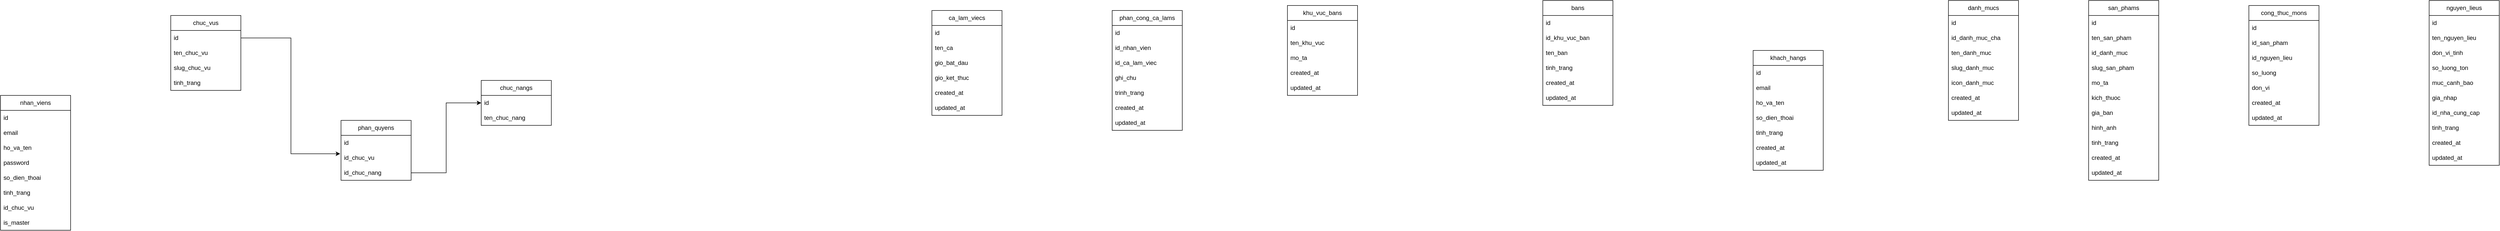
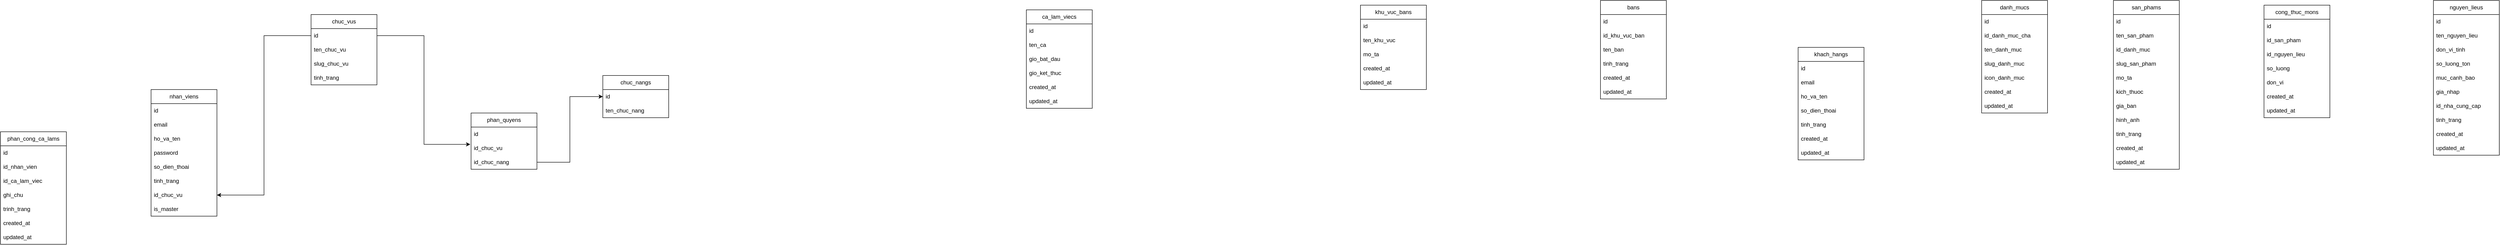
<mxfile host="app.diagrams.net">
  <diagram name="Page-1" id="78QUDde3ILmcNMK2hGyn">
-     <mxGraphModel dx="2336" dy="1906" grid="1" gridSize="10" guides="1" tooltips="1" connect="1" arrows="1" fold="1" page="1" pageScale="1" pageWidth="850" pageHeight="1100" math="0" shadow="0">
+     <mxGraphModel dx="3186" dy="1906" grid="1" gridSize="10" guides="1" tooltips="1" connect="1" arrows="1" fold="1" page="1" pageScale="1" pageWidth="850" pageHeight="1100" math="0" shadow="0">
      <root>
        <mxCell id="0" />
        <mxCell id="1" parent="0" />
        <mxCell id="1bbKcoBMxcC-bXyi0BTe-1" parent="1" style="swimlane;fontStyle=0;childLayout=stackLayout;horizontal=1;startSize=30;horizontalStack=0;resizeParent=1;resizeParentMax=0;resizeLast=0;collapsible=1;marginBottom=0;whiteSpace=wrap;html=1;" value="chuc_vus" vertex="1">
          <mxGeometry height="150" width="140" x="-280" y="-110" as="geometry" />
        </mxCell>
        <mxCell id="1bbKcoBMxcC-bXyi0BTe-2" parent="1bbKcoBMxcC-bXyi0BTe-1" style="text;strokeColor=none;fillColor=none;align=left;verticalAlign=middle;spacingLeft=4;spacingRight=4;overflow=hidden;points=[[0,0.5],[1,0.5]];portConstraint=eastwest;rotatable=0;whiteSpace=wrap;html=1;" value="id" vertex="1">
          <mxGeometry height="30" width="140" y="30" as="geometry" />
        </mxCell>
        <mxCell id="1bbKcoBMxcC-bXyi0BTe-3" parent="1bbKcoBMxcC-bXyi0BTe-1" style="text;strokeColor=none;fillColor=none;align=left;verticalAlign=middle;spacingLeft=4;spacingRight=4;overflow=hidden;points=[[0,0.5],[1,0.5]];portConstraint=eastwest;rotatable=0;whiteSpace=wrap;html=1;" value="ten_chuc_vu" vertex="1">
          <mxGeometry height="30" width="140" y="60" as="geometry" />
        </mxCell>
        <mxCell id="1bbKcoBMxcC-bXyi0BTe-4" parent="1bbKcoBMxcC-bXyi0BTe-1" style="text;strokeColor=none;fillColor=none;align=left;verticalAlign=middle;spacingLeft=4;spacingRight=4;overflow=hidden;points=[[0,0.5],[1,0.5]];portConstraint=eastwest;rotatable=0;whiteSpace=wrap;html=1;" value="slug_chuc_vu" vertex="1">
          <mxGeometry height="30" width="140" y="90" as="geometry" />
        </mxCell>
        <mxCell id="1bbKcoBMxcC-bXyi0BTe-5" parent="1bbKcoBMxcC-bXyi0BTe-1" style="text;strokeColor=none;fillColor=none;align=left;verticalAlign=middle;spacingLeft=4;spacingRight=4;overflow=hidden;points=[[0,0.5],[1,0.5]];portConstraint=eastwest;rotatable=0;whiteSpace=wrap;html=1;" value="tinh_trang" vertex="1">
          <mxGeometry height="30" width="140" y="120" as="geometry" />
        </mxCell>
        <mxCell id="1bbKcoBMxcC-bXyi0BTe-7" parent="1" style="swimlane;fontStyle=0;childLayout=stackLayout;horizontal=1;startSize=30;horizontalStack=0;resizeParent=1;resizeParentMax=0;resizeLast=0;collapsible=1;marginBottom=0;whiteSpace=wrap;html=1;" value="chuc_nangs" vertex="1">
          <mxGeometry height="90" width="140" x="340" y="20" as="geometry" />
        </mxCell>
        <mxCell id="1bbKcoBMxcC-bXyi0BTe-8" parent="1bbKcoBMxcC-bXyi0BTe-7" style="text;strokeColor=none;fillColor=none;align=left;verticalAlign=middle;spacingLeft=4;spacingRight=4;overflow=hidden;points=[[0,0.5],[1,0.5]];portConstraint=eastwest;rotatable=0;whiteSpace=wrap;html=1;" value="id" vertex="1">
          <mxGeometry height="30" width="140" y="30" as="geometry" />
        </mxCell>
        <mxCell id="1bbKcoBMxcC-bXyi0BTe-9" parent="1bbKcoBMxcC-bXyi0BTe-7" style="text;strokeColor=none;fillColor=none;align=left;verticalAlign=middle;spacingLeft=4;spacingRight=4;overflow=hidden;points=[[0,0.5],[1,0.5]];portConstraint=eastwest;rotatable=0;whiteSpace=wrap;html=1;" value="ten_chuc_nang" vertex="1">
          <mxGeometry height="30" width="140" y="60" as="geometry" />
        </mxCell>
        <mxCell id="1bbKcoBMxcC-bXyi0BTe-11" parent="1" style="swimlane;fontStyle=0;childLayout=stackLayout;horizontal=1;startSize=30;horizontalStack=0;resizeParent=1;resizeParentMax=0;resizeLast=0;collapsible=1;marginBottom=0;whiteSpace=wrap;html=1;" value="phan_quyens" vertex="1">
          <mxGeometry height="120" width="140" x="60" y="100" as="geometry" />
        </mxCell>
        <mxCell id="1bbKcoBMxcC-bXyi0BTe-12" parent="1bbKcoBMxcC-bXyi0BTe-11" style="text;strokeColor=none;fillColor=none;align=left;verticalAlign=middle;spacingLeft=4;spacingRight=4;overflow=hidden;points=[[0,0.5],[1,0.5]];portConstraint=eastwest;rotatable=0;whiteSpace=wrap;html=1;" value="id" vertex="1">
          <mxGeometry height="30" width="140" y="30" as="geometry" />
        </mxCell>
        <mxCell id="1bbKcoBMxcC-bXyi0BTe-13" parent="1bbKcoBMxcC-bXyi0BTe-11" style="text;strokeColor=none;fillColor=none;align=left;verticalAlign=middle;spacingLeft=4;spacingRight=4;overflow=hidden;points=[[0,0.5],[1,0.5]];portConstraint=eastwest;rotatable=0;whiteSpace=wrap;html=1;" value="id_chuc_vu" vertex="1">
          <mxGeometry height="30" width="140" y="60" as="geometry" />
        </mxCell>
        <mxCell id="1bbKcoBMxcC-bXyi0BTe-14" parent="1bbKcoBMxcC-bXyi0BTe-11" style="text;strokeColor=none;fillColor=none;align=left;verticalAlign=middle;spacingLeft=4;spacingRight=4;overflow=hidden;points=[[0,0.5],[1,0.5]];portConstraint=eastwest;rotatable=0;whiteSpace=wrap;html=1;" value="id_chuc_nang" vertex="1">
          <mxGeometry height="30" width="140" y="90" as="geometry" />
        </mxCell>
        <mxCell id="1bbKcoBMxcC-bXyi0BTe-16" parent="1" style="swimlane;fontStyle=0;childLayout=stackLayout;horizontal=1;startSize=30;horizontalStack=0;resizeParent=1;resizeParentMax=0;resizeLast=0;collapsible=1;marginBottom=0;whiteSpace=wrap;html=1;" value="nhan_viens" vertex="1">
          <mxGeometry height="270" width="140" x="-620" y="50" as="geometry" />
        </mxCell>
        <mxCell id="1bbKcoBMxcC-bXyi0BTe-17" parent="1bbKcoBMxcC-bXyi0BTe-16" style="text;strokeColor=none;fillColor=none;align=left;verticalAlign=middle;spacingLeft=4;spacingRight=4;overflow=hidden;points=[[0,0.5],[1,0.5]];portConstraint=eastwest;rotatable=0;whiteSpace=wrap;html=1;" value="id" vertex="1">
          <mxGeometry height="30" width="140" y="30" as="geometry" />
        </mxCell>
        <mxCell id="1bbKcoBMxcC-bXyi0BTe-18" parent="1bbKcoBMxcC-bXyi0BTe-16" style="text;strokeColor=none;fillColor=none;align=left;verticalAlign=middle;spacingLeft=4;spacingRight=4;overflow=hidden;points=[[0,0.5],[1,0.5]];portConstraint=eastwest;rotatable=0;whiteSpace=wrap;html=1;" value="email" vertex="1">
          <mxGeometry height="30" width="140" y="60" as="geometry" />
        </mxCell>
        <mxCell id="1bbKcoBMxcC-bXyi0BTe-19" parent="1bbKcoBMxcC-bXyi0BTe-16" style="text;strokeColor=none;fillColor=none;align=left;verticalAlign=middle;spacingLeft=4;spacingRight=4;overflow=hidden;points=[[0,0.5],[1,0.5]];portConstraint=eastwest;rotatable=0;whiteSpace=wrap;html=1;" value="ho_va_ten" vertex="1">
          <mxGeometry height="30" width="140" y="90" as="geometry" />
        </mxCell>
        <mxCell id="RNDkmFGJGW4O4d-jsc1U-1" parent="1bbKcoBMxcC-bXyi0BTe-16" style="text;strokeColor=none;fillColor=none;align=left;verticalAlign=middle;spacingLeft=4;spacingRight=4;overflow=hidden;points=[[0,0.5],[1,0.5]];portConstraint=eastwest;rotatable=0;whiteSpace=wrap;html=1;" value="password" vertex="1">
          <mxGeometry height="30" width="140" y="120" as="geometry" />
        </mxCell>
        <mxCell id="RNDkmFGJGW4O4d-jsc1U-2" parent="1bbKcoBMxcC-bXyi0BTe-16" style="text;strokeColor=none;fillColor=none;align=left;verticalAlign=middle;spacingLeft=4;spacingRight=4;overflow=hidden;points=[[0,0.5],[1,0.5]];portConstraint=eastwest;rotatable=0;whiteSpace=wrap;html=1;" value="so_dien_thoai" vertex="1">
          <mxGeometry height="30" width="140" y="150" as="geometry" />
        </mxCell>
        <mxCell id="RNDkmFGJGW4O4d-jsc1U-3" parent="1bbKcoBMxcC-bXyi0BTe-16" style="text;strokeColor=none;fillColor=none;align=left;verticalAlign=middle;spacingLeft=4;spacingRight=4;overflow=hidden;points=[[0,0.5],[1,0.5]];portConstraint=eastwest;rotatable=0;whiteSpace=wrap;html=1;" value="tinh_trang" vertex="1">
          <mxGeometry height="30" width="140" y="180" as="geometry" />
        </mxCell>
        <mxCell id="RNDkmFGJGW4O4d-jsc1U-4" parent="1bbKcoBMxcC-bXyi0BTe-16" style="text;strokeColor=none;fillColor=none;align=left;verticalAlign=middle;spacingLeft=4;spacingRight=4;overflow=hidden;points=[[0,0.5],[1,0.5]];portConstraint=eastwest;rotatable=0;whiteSpace=wrap;html=1;" value="id_chuc_vu" vertex="1">
          <mxGeometry height="30" width="140" y="210" as="geometry" />
        </mxCell>
        <mxCell id="RNDkmFGJGW4O4d-jsc1U-5" parent="1bbKcoBMxcC-bXyi0BTe-16" style="text;strokeColor=none;fillColor=none;align=left;verticalAlign=middle;spacingLeft=4;spacingRight=4;overflow=hidden;points=[[0,0.5],[1,0.5]];portConstraint=eastwest;rotatable=0;whiteSpace=wrap;html=1;" value="is_master" vertex="1">
          <mxGeometry height="30" width="140" y="240" as="geometry" />
        </mxCell>
        <mxCell id="RNDkmFGJGW4O4d-jsc1U-6" parent="1" style="swimlane;fontStyle=0;childLayout=stackLayout;horizontal=1;startSize=30;horizontalStack=0;resizeParent=1;resizeParentMax=0;resizeLast=0;collapsible=1;marginBottom=0;whiteSpace=wrap;html=1;" value="ca_lam_viecs" vertex="1">
          <mxGeometry height="210" width="140" x="1240" y="-120" as="geometry" />
        </mxCell>
        <mxCell id="RNDkmFGJGW4O4d-jsc1U-7" parent="RNDkmFGJGW4O4d-jsc1U-6" style="text;strokeColor=none;fillColor=none;align=left;verticalAlign=middle;spacingLeft=4;spacingRight=4;overflow=hidden;points=[[0,0.5],[1,0.5]];portConstraint=eastwest;rotatable=0;whiteSpace=wrap;html=1;" value="id" vertex="1">
          <mxGeometry height="30" width="140" y="30" as="geometry" />
        </mxCell>
        <mxCell id="RNDkmFGJGW4O4d-jsc1U-8" parent="RNDkmFGJGW4O4d-jsc1U-6" style="text;strokeColor=none;fillColor=none;align=left;verticalAlign=middle;spacingLeft=4;spacingRight=4;overflow=hidden;points=[[0,0.5],[1,0.5]];portConstraint=eastwest;rotatable=0;whiteSpace=wrap;html=1;" value="ten_ca" vertex="1">
          <mxGeometry height="30" width="140" y="60" as="geometry" />
        </mxCell>
        <mxCell id="RNDkmFGJGW4O4d-jsc1U-9" parent="RNDkmFGJGW4O4d-jsc1U-6" style="text;strokeColor=none;fillColor=none;align=left;verticalAlign=middle;spacingLeft=4;spacingRight=4;overflow=hidden;points=[[0,0.5],[1,0.5]];portConstraint=eastwest;rotatable=0;whiteSpace=wrap;html=1;" value="gio_bat_dau" vertex="1">
          <mxGeometry height="30" width="140" y="90" as="geometry" />
        </mxCell>
        <mxCell id="RNDkmFGJGW4O4d-jsc1U-10" parent="RNDkmFGJGW4O4d-jsc1U-6" style="text;strokeColor=none;fillColor=none;align=left;verticalAlign=middle;spacingLeft=4;spacingRight=4;overflow=hidden;points=[[0,0.5],[1,0.5]];portConstraint=eastwest;rotatable=0;whiteSpace=wrap;html=1;" value="gio_ket_thuc" vertex="1">
          <mxGeometry height="30" width="140" y="120" as="geometry" />
        </mxCell>
        <mxCell id="RNDkmFGJGW4O4d-jsc1U-11" parent="RNDkmFGJGW4O4d-jsc1U-6" style="text;strokeColor=none;fillColor=none;align=left;verticalAlign=middle;spacingLeft=4;spacingRight=4;overflow=hidden;points=[[0,0.5],[1,0.5]];portConstraint=eastwest;rotatable=0;whiteSpace=wrap;html=1;" value="created_at" vertex="1">
          <mxGeometry height="30" width="140" y="150" as="geometry" />
        </mxCell>
        <mxCell id="RNDkmFGJGW4O4d-jsc1U-12" parent="RNDkmFGJGW4O4d-jsc1U-6" style="text;strokeColor=none;fillColor=none;align=left;verticalAlign=middle;spacingLeft=4;spacingRight=4;overflow=hidden;points=[[0,0.5],[1,0.5]];portConstraint=eastwest;rotatable=0;whiteSpace=wrap;html=1;" value="updated_at" vertex="1">
          <mxGeometry height="30" width="140" y="180" as="geometry" />
        </mxCell>
        <mxCell id="RNDkmFGJGW4O4d-jsc1U-13" parent="1" style="swimlane;fontStyle=0;childLayout=stackLayout;horizontal=1;startSize=30;horizontalStack=0;resizeParent=1;resizeParentMax=0;resizeLast=0;collapsible=1;marginBottom=0;whiteSpace=wrap;html=1;" value="phan_cong_ca_lams" vertex="1">
-           <mxGeometry height="240" width="140" x="1600" y="-120" as="geometry" />
+           <mxGeometry height="240" width="140" x="-940" y="140" as="geometry" />
        </mxCell>
        <mxCell id="RNDkmFGJGW4O4d-jsc1U-14" parent="RNDkmFGJGW4O4d-jsc1U-13" style="text;strokeColor=none;fillColor=none;align=left;verticalAlign=middle;spacingLeft=4;spacingRight=4;overflow=hidden;points=[[0,0.5],[1,0.5]];portConstraint=eastwest;rotatable=0;whiteSpace=wrap;html=1;" value="id" vertex="1">
          <mxGeometry height="30" width="140" y="30" as="geometry" />
        </mxCell>
        <mxCell id="RNDkmFGJGW4O4d-jsc1U-15" parent="RNDkmFGJGW4O4d-jsc1U-13" style="text;strokeColor=none;fillColor=none;align=left;verticalAlign=middle;spacingLeft=4;spacingRight=4;overflow=hidden;points=[[0,0.5],[1,0.5]];portConstraint=eastwest;rotatable=0;whiteSpace=wrap;html=1;" value="id_nhan_vien" vertex="1">
          <mxGeometry height="30" width="140" y="60" as="geometry" />
        </mxCell>
        <mxCell id="RNDkmFGJGW4O4d-jsc1U-16" parent="RNDkmFGJGW4O4d-jsc1U-13" style="text;strokeColor=none;fillColor=none;align=left;verticalAlign=middle;spacingLeft=4;spacingRight=4;overflow=hidden;points=[[0,0.5],[1,0.5]];portConstraint=eastwest;rotatable=0;whiteSpace=wrap;html=1;" value="id_ca_lam_viec" vertex="1">
          <mxGeometry height="30" width="140" y="90" as="geometry" />
        </mxCell>
        <mxCell id="RNDkmFGJGW4O4d-jsc1U-17" parent="RNDkmFGJGW4O4d-jsc1U-13" style="text;strokeColor=none;fillColor=none;align=left;verticalAlign=middle;spacingLeft=4;spacingRight=4;overflow=hidden;points=[[0,0.5],[1,0.5]];portConstraint=eastwest;rotatable=0;whiteSpace=wrap;html=1;" value="ghi_chu" vertex="1">
          <mxGeometry height="30" width="140" y="120" as="geometry" />
        </mxCell>
        <mxCell id="RNDkmFGJGW4O4d-jsc1U-18" parent="RNDkmFGJGW4O4d-jsc1U-13" style="text;strokeColor=none;fillColor=none;align=left;verticalAlign=middle;spacingLeft=4;spacingRight=4;overflow=hidden;points=[[0,0.5],[1,0.5]];portConstraint=eastwest;rotatable=0;whiteSpace=wrap;html=1;" value="trinh_trang" vertex="1">
          <mxGeometry height="30" width="140" y="150" as="geometry" />
        </mxCell>
        <mxCell id="RNDkmFGJGW4O4d-jsc1U-19" parent="RNDkmFGJGW4O4d-jsc1U-13" style="text;strokeColor=none;fillColor=none;align=left;verticalAlign=middle;spacingLeft=4;spacingRight=4;overflow=hidden;points=[[0,0.5],[1,0.5]];portConstraint=eastwest;rotatable=0;whiteSpace=wrap;html=1;" value="created_at" vertex="1">
          <mxGeometry height="30" width="140" y="180" as="geometry" />
        </mxCell>
        <mxCell id="RNDkmFGJGW4O4d-jsc1U-20" parent="RNDkmFGJGW4O4d-jsc1U-13" style="text;strokeColor=none;fillColor=none;align=left;verticalAlign=middle;spacingLeft=4;spacingRight=4;overflow=hidden;points=[[0,0.5],[1,0.5]];portConstraint=eastwest;rotatable=0;whiteSpace=wrap;html=1;" value="updated_at" vertex="1">
          <mxGeometry height="30" width="140" y="210" as="geometry" />
        </mxCell>
        <mxCell id="RNDkmFGJGW4O4d-jsc1U-21" parent="1" style="swimlane;fontStyle=0;childLayout=stackLayout;horizontal=1;startSize=30;horizontalStack=0;resizeParent=1;resizeParentMax=0;resizeLast=0;collapsible=1;marginBottom=0;whiteSpace=wrap;html=1;" value="khu_vuc_bans" vertex="1">
          <mxGeometry height="180" width="140" x="1950" y="-130" as="geometry" />
        </mxCell>
        <mxCell id="RNDkmFGJGW4O4d-jsc1U-22" parent="RNDkmFGJGW4O4d-jsc1U-21" style="text;strokeColor=none;fillColor=none;align=left;verticalAlign=middle;spacingLeft=4;spacingRight=4;overflow=hidden;points=[[0,0.5],[1,0.5]];portConstraint=eastwest;rotatable=0;whiteSpace=wrap;html=1;" value="id" vertex="1">
          <mxGeometry height="30" width="140" y="30" as="geometry" />
        </mxCell>
        <mxCell id="RNDkmFGJGW4O4d-jsc1U-23" parent="RNDkmFGJGW4O4d-jsc1U-21" style="text;strokeColor=none;fillColor=none;align=left;verticalAlign=middle;spacingLeft=4;spacingRight=4;overflow=hidden;points=[[0,0.5],[1,0.5]];portConstraint=eastwest;rotatable=0;whiteSpace=wrap;html=1;" value="ten_khu_vuc" vertex="1">
          <mxGeometry height="30" width="140" y="60" as="geometry" />
        </mxCell>
        <mxCell id="RNDkmFGJGW4O4d-jsc1U-24" parent="RNDkmFGJGW4O4d-jsc1U-21" style="text;strokeColor=none;fillColor=none;align=left;verticalAlign=middle;spacingLeft=4;spacingRight=4;overflow=hidden;points=[[0,0.5],[1,0.5]];portConstraint=eastwest;rotatable=0;whiteSpace=wrap;html=1;" value="mo_ta" vertex="1">
          <mxGeometry height="30" width="140" y="90" as="geometry" />
        </mxCell>
        <mxCell id="RNDkmFGJGW4O4d-jsc1U-25" parent="RNDkmFGJGW4O4d-jsc1U-21" style="text;strokeColor=none;fillColor=none;align=left;verticalAlign=middle;spacingLeft=4;spacingRight=4;overflow=hidden;points=[[0,0.5],[1,0.5]];portConstraint=eastwest;rotatable=0;whiteSpace=wrap;html=1;" value="created_at" vertex="1">
          <mxGeometry height="30" width="140" y="120" as="geometry" />
        </mxCell>
        <mxCell id="RNDkmFGJGW4O4d-jsc1U-26" parent="RNDkmFGJGW4O4d-jsc1U-21" style="text;strokeColor=none;fillColor=none;align=left;verticalAlign=middle;spacingLeft=4;spacingRight=4;overflow=hidden;points=[[0,0.5],[1,0.5]];portConstraint=eastwest;rotatable=0;whiteSpace=wrap;html=1;" value="updated_at" vertex="1">
          <mxGeometry height="30" width="140" y="150" as="geometry" />
        </mxCell>
        <mxCell id="RNDkmFGJGW4O4d-jsc1U-27" parent="1" style="swimlane;fontStyle=0;childLayout=stackLayout;horizontal=1;startSize=30;horizontalStack=0;resizeParent=1;resizeParentMax=0;resizeLast=0;collapsible=1;marginBottom=0;whiteSpace=wrap;html=1;" value="bans" vertex="1">
          <mxGeometry height="210" width="140" x="2460" y="-140" as="geometry" />
        </mxCell>
        <mxCell id="RNDkmFGJGW4O4d-jsc1U-28" parent="RNDkmFGJGW4O4d-jsc1U-27" style="text;strokeColor=none;fillColor=none;align=left;verticalAlign=middle;spacingLeft=4;spacingRight=4;overflow=hidden;points=[[0,0.5],[1,0.5]];portConstraint=eastwest;rotatable=0;whiteSpace=wrap;html=1;" value="id" vertex="1">
          <mxGeometry height="30" width="140" y="30" as="geometry" />
        </mxCell>
        <mxCell id="RNDkmFGJGW4O4d-jsc1U-29" parent="RNDkmFGJGW4O4d-jsc1U-27" style="text;strokeColor=none;fillColor=none;align=left;verticalAlign=middle;spacingLeft=4;spacingRight=4;overflow=hidden;points=[[0,0.5],[1,0.5]];portConstraint=eastwest;rotatable=0;whiteSpace=wrap;html=1;" value="id_khu_vuc_ban" vertex="1">
          <mxGeometry height="30" width="140" y="60" as="geometry" />
        </mxCell>
        <mxCell id="RNDkmFGJGW4O4d-jsc1U-30" parent="RNDkmFGJGW4O4d-jsc1U-27" style="text;strokeColor=none;fillColor=none;align=left;verticalAlign=middle;spacingLeft=4;spacingRight=4;overflow=hidden;points=[[0,0.5],[1,0.5]];portConstraint=eastwest;rotatable=0;whiteSpace=wrap;html=1;" value="ten_ban" vertex="1">
          <mxGeometry height="30" width="140" y="90" as="geometry" />
        </mxCell>
        <mxCell id="RNDkmFGJGW4O4d-jsc1U-31" parent="RNDkmFGJGW4O4d-jsc1U-27" style="text;strokeColor=none;fillColor=none;align=left;verticalAlign=middle;spacingLeft=4;spacingRight=4;overflow=hidden;points=[[0,0.5],[1,0.5]];portConstraint=eastwest;rotatable=0;whiteSpace=wrap;html=1;" value="tinh_trang" vertex="1">
          <mxGeometry height="30" width="140" y="120" as="geometry" />
        </mxCell>
        <mxCell id="RNDkmFGJGW4O4d-jsc1U-32" parent="RNDkmFGJGW4O4d-jsc1U-27" style="text;strokeColor=none;fillColor=none;align=left;verticalAlign=middle;spacingLeft=4;spacingRight=4;overflow=hidden;points=[[0,0.5],[1,0.5]];portConstraint=eastwest;rotatable=0;whiteSpace=wrap;html=1;" value="created_at" vertex="1">
          <mxGeometry height="30" width="140" y="150" as="geometry" />
        </mxCell>
        <mxCell id="RNDkmFGJGW4O4d-jsc1U-33" parent="RNDkmFGJGW4O4d-jsc1U-27" style="text;strokeColor=none;fillColor=none;align=left;verticalAlign=middle;spacingLeft=4;spacingRight=4;overflow=hidden;points=[[0,0.5],[1,0.5]];portConstraint=eastwest;rotatable=0;whiteSpace=wrap;html=1;" value="updated_at" vertex="1">
          <mxGeometry height="30" width="140" y="180" as="geometry" />
        </mxCell>
        <mxCell id="RNDkmFGJGW4O4d-jsc1U-34" parent="1" style="swimlane;fontStyle=0;childLayout=stackLayout;horizontal=1;startSize=30;horizontalStack=0;resizeParent=1;resizeParentMax=0;resizeLast=0;collapsible=1;marginBottom=0;whiteSpace=wrap;html=1;" value="khach_hangs" vertex="1">
          <mxGeometry height="240" width="140" x="2880" y="-40" as="geometry" />
        </mxCell>
        <mxCell id="RNDkmFGJGW4O4d-jsc1U-35" parent="RNDkmFGJGW4O4d-jsc1U-34" style="text;strokeColor=none;fillColor=none;align=left;verticalAlign=middle;spacingLeft=4;spacingRight=4;overflow=hidden;points=[[0,0.5],[1,0.5]];portConstraint=eastwest;rotatable=0;whiteSpace=wrap;html=1;" value="id" vertex="1">
          <mxGeometry height="30" width="140" y="30" as="geometry" />
        </mxCell>
        <mxCell id="RNDkmFGJGW4O4d-jsc1U-36" parent="RNDkmFGJGW4O4d-jsc1U-34" style="text;strokeColor=none;fillColor=none;align=left;verticalAlign=middle;spacingLeft=4;spacingRight=4;overflow=hidden;points=[[0,0.5],[1,0.5]];portConstraint=eastwest;rotatable=0;whiteSpace=wrap;html=1;" value="email" vertex="1">
          <mxGeometry height="30" width="140" y="60" as="geometry" />
        </mxCell>
        <mxCell id="RNDkmFGJGW4O4d-jsc1U-37" parent="RNDkmFGJGW4O4d-jsc1U-34" style="text;strokeColor=none;fillColor=none;align=left;verticalAlign=middle;spacingLeft=4;spacingRight=4;overflow=hidden;points=[[0,0.5],[1,0.5]];portConstraint=eastwest;rotatable=0;whiteSpace=wrap;html=1;" value="ho_va_ten" vertex="1">
          <mxGeometry height="30" width="140" y="90" as="geometry" />
        </mxCell>
        <mxCell id="RNDkmFGJGW4O4d-jsc1U-38" parent="RNDkmFGJGW4O4d-jsc1U-34" style="text;strokeColor=none;fillColor=none;align=left;verticalAlign=middle;spacingLeft=4;spacingRight=4;overflow=hidden;points=[[0,0.5],[1,0.5]];portConstraint=eastwest;rotatable=0;whiteSpace=wrap;html=1;" value="so_dien_thoai" vertex="1">
          <mxGeometry height="30" width="140" y="120" as="geometry" />
        </mxCell>
        <mxCell id="RNDkmFGJGW4O4d-jsc1U-39" parent="RNDkmFGJGW4O4d-jsc1U-34" style="text;strokeColor=none;fillColor=none;align=left;verticalAlign=middle;spacingLeft=4;spacingRight=4;overflow=hidden;points=[[0,0.5],[1,0.5]];portConstraint=eastwest;rotatable=0;whiteSpace=wrap;html=1;" value="tinh_trang" vertex="1">
          <mxGeometry height="30" width="140" y="150" as="geometry" />
        </mxCell>
        <mxCell id="RNDkmFGJGW4O4d-jsc1U-40" parent="RNDkmFGJGW4O4d-jsc1U-34" style="text;strokeColor=none;fillColor=none;align=left;verticalAlign=middle;spacingLeft=4;spacingRight=4;overflow=hidden;points=[[0,0.5],[1,0.5]];portConstraint=eastwest;rotatable=0;whiteSpace=wrap;html=1;" value="created_at" vertex="1">
          <mxGeometry height="30" width="140" y="180" as="geometry" />
        </mxCell>
        <mxCell id="RNDkmFGJGW4O4d-jsc1U-41" parent="RNDkmFGJGW4O4d-jsc1U-34" style="text;strokeColor=none;fillColor=none;align=left;verticalAlign=middle;spacingLeft=4;spacingRight=4;overflow=hidden;points=[[0,0.5],[1,0.5]];portConstraint=eastwest;rotatable=0;whiteSpace=wrap;html=1;" value="updated_at" vertex="1">
          <mxGeometry height="30" width="140" y="210" as="geometry" />
        </mxCell>
        <mxCell id="RNDkmFGJGW4O4d-jsc1U-42" parent="1" style="swimlane;fontStyle=0;childLayout=stackLayout;horizontal=1;startSize=30;horizontalStack=0;resizeParent=1;resizeParentMax=0;resizeLast=0;collapsible=1;marginBottom=0;whiteSpace=wrap;html=1;" value="danh_mucs" vertex="1">
          <mxGeometry height="240" width="140" x="3270" y="-140" as="geometry" />
        </mxCell>
        <mxCell id="RNDkmFGJGW4O4d-jsc1U-43" parent="RNDkmFGJGW4O4d-jsc1U-42" style="text;strokeColor=none;fillColor=none;align=left;verticalAlign=middle;spacingLeft=4;spacingRight=4;overflow=hidden;points=[[0,0.5],[1,0.5]];portConstraint=eastwest;rotatable=0;whiteSpace=wrap;html=1;" value="id" vertex="1">
          <mxGeometry height="30" width="140" y="30" as="geometry" />
        </mxCell>
        <mxCell id="RNDkmFGJGW4O4d-jsc1U-44" parent="RNDkmFGJGW4O4d-jsc1U-42" style="text;strokeColor=none;fillColor=none;align=left;verticalAlign=middle;spacingLeft=4;spacingRight=4;overflow=hidden;points=[[0,0.5],[1,0.5]];portConstraint=eastwest;rotatable=0;whiteSpace=wrap;html=1;" value="id_danh_muc_cha" vertex="1">
          <mxGeometry height="30" width="140" y="60" as="geometry" />
        </mxCell>
        <mxCell id="RNDkmFGJGW4O4d-jsc1U-45" parent="RNDkmFGJGW4O4d-jsc1U-42" style="text;strokeColor=none;fillColor=none;align=left;verticalAlign=middle;spacingLeft=4;spacingRight=4;overflow=hidden;points=[[0,0.5],[1,0.5]];portConstraint=eastwest;rotatable=0;whiteSpace=wrap;html=1;" value="ten_danh_muc" vertex="1">
          <mxGeometry height="30" width="140" y="90" as="geometry" />
        </mxCell>
        <mxCell id="RNDkmFGJGW4O4d-jsc1U-46" parent="RNDkmFGJGW4O4d-jsc1U-42" style="text;strokeColor=none;fillColor=none;align=left;verticalAlign=middle;spacingLeft=4;spacingRight=4;overflow=hidden;points=[[0,0.5],[1,0.5]];portConstraint=eastwest;rotatable=0;whiteSpace=wrap;html=1;" value="slug_danh_muc" vertex="1">
          <mxGeometry height="30" width="140" y="120" as="geometry" />
        </mxCell>
        <mxCell id="RNDkmFGJGW4O4d-jsc1U-47" parent="RNDkmFGJGW4O4d-jsc1U-42" style="text;strokeColor=none;fillColor=none;align=left;verticalAlign=middle;spacingLeft=4;spacingRight=4;overflow=hidden;points=[[0,0.5],[1,0.5]];portConstraint=eastwest;rotatable=0;whiteSpace=wrap;html=1;" value="icon_danh_muc" vertex="1">
          <mxGeometry height="30" width="140" y="150" as="geometry" />
        </mxCell>
        <mxCell id="RNDkmFGJGW4O4d-jsc1U-48" parent="RNDkmFGJGW4O4d-jsc1U-42" style="text;strokeColor=none;fillColor=none;align=left;verticalAlign=middle;spacingLeft=4;spacingRight=4;overflow=hidden;points=[[0,0.5],[1,0.5]];portConstraint=eastwest;rotatable=0;whiteSpace=wrap;html=1;" value="created_at" vertex="1">
          <mxGeometry height="30" width="140" y="180" as="geometry" />
        </mxCell>
        <mxCell id="RNDkmFGJGW4O4d-jsc1U-49" parent="RNDkmFGJGW4O4d-jsc1U-42" style="text;strokeColor=none;fillColor=none;align=left;verticalAlign=middle;spacingLeft=4;spacingRight=4;overflow=hidden;points=[[0,0.5],[1,0.5]];portConstraint=eastwest;rotatable=0;whiteSpace=wrap;html=1;" value="updated_at" vertex="1">
          <mxGeometry height="30" width="140" y="210" as="geometry" />
        </mxCell>
        <mxCell id="RNDkmFGJGW4O4d-jsc1U-50" parent="1" style="swimlane;fontStyle=0;childLayout=stackLayout;horizontal=1;startSize=30;horizontalStack=0;resizeParent=1;resizeParentMax=0;resizeLast=0;collapsible=1;marginBottom=0;whiteSpace=wrap;html=1;" value="san_phams" vertex="1">
          <mxGeometry height="360" width="140" x="3550" y="-140" as="geometry" />
        </mxCell>
        <mxCell id="RNDkmFGJGW4O4d-jsc1U-51" parent="RNDkmFGJGW4O4d-jsc1U-50" style="text;strokeColor=none;fillColor=none;align=left;verticalAlign=middle;spacingLeft=4;spacingRight=4;overflow=hidden;points=[[0,0.5],[1,0.5]];portConstraint=eastwest;rotatable=0;whiteSpace=wrap;html=1;" value="id" vertex="1">
          <mxGeometry height="30" width="140" y="30" as="geometry" />
        </mxCell>
        <mxCell id="RNDkmFGJGW4O4d-jsc1U-52" parent="RNDkmFGJGW4O4d-jsc1U-50" style="text;strokeColor=none;fillColor=none;align=left;verticalAlign=middle;spacingLeft=4;spacingRight=4;overflow=hidden;points=[[0,0.5],[1,0.5]];portConstraint=eastwest;rotatable=0;whiteSpace=wrap;html=1;" value="ten_san_pham" vertex="1">
          <mxGeometry height="30" width="140" y="60" as="geometry" />
        </mxCell>
        <mxCell id="RNDkmFGJGW4O4d-jsc1U-53" parent="RNDkmFGJGW4O4d-jsc1U-50" style="text;strokeColor=none;fillColor=none;align=left;verticalAlign=middle;spacingLeft=4;spacingRight=4;overflow=hidden;points=[[0,0.5],[1,0.5]];portConstraint=eastwest;rotatable=0;whiteSpace=wrap;html=1;" value="id_danh_muc" vertex="1">
          <mxGeometry height="30" width="140" y="90" as="geometry" />
        </mxCell>
        <mxCell id="RNDkmFGJGW4O4d-jsc1U-54" parent="RNDkmFGJGW4O4d-jsc1U-50" style="text;strokeColor=none;fillColor=none;align=left;verticalAlign=middle;spacingLeft=4;spacingRight=4;overflow=hidden;points=[[0,0.5],[1,0.5]];portConstraint=eastwest;rotatable=0;whiteSpace=wrap;html=1;" value="slug_san_pham" vertex="1">
          <mxGeometry height="30" width="140" y="120" as="geometry" />
        </mxCell>
        <mxCell id="RNDkmFGJGW4O4d-jsc1U-55" parent="RNDkmFGJGW4O4d-jsc1U-50" style="text;strokeColor=none;fillColor=none;align=left;verticalAlign=middle;spacingLeft=4;spacingRight=4;overflow=hidden;points=[[0,0.5],[1,0.5]];portConstraint=eastwest;rotatable=0;whiteSpace=wrap;html=1;" value="mo_ta" vertex="1">
          <mxGeometry height="30" width="140" y="150" as="geometry" />
        </mxCell>
        <mxCell id="RNDkmFGJGW4O4d-jsc1U-56" parent="RNDkmFGJGW4O4d-jsc1U-50" style="text;strokeColor=none;fillColor=none;align=left;verticalAlign=middle;spacingLeft=4;spacingRight=4;overflow=hidden;points=[[0,0.5],[1,0.5]];portConstraint=eastwest;rotatable=0;whiteSpace=wrap;html=1;" value="kich_thuoc" vertex="1">
          <mxGeometry height="30" width="140" y="180" as="geometry" />
        </mxCell>
        <mxCell id="RNDkmFGJGW4O4d-jsc1U-57" parent="RNDkmFGJGW4O4d-jsc1U-50" style="text;strokeColor=none;fillColor=none;align=left;verticalAlign=middle;spacingLeft=4;spacingRight=4;overflow=hidden;points=[[0,0.5],[1,0.5]];portConstraint=eastwest;rotatable=0;whiteSpace=wrap;html=1;" value="gia_ban" vertex="1">
          <mxGeometry height="30" width="140" y="210" as="geometry" />
        </mxCell>
        <mxCell id="RNDkmFGJGW4O4d-jsc1U-58" parent="RNDkmFGJGW4O4d-jsc1U-50" style="text;strokeColor=none;fillColor=none;align=left;verticalAlign=middle;spacingLeft=4;spacingRight=4;overflow=hidden;points=[[0,0.5],[1,0.5]];portConstraint=eastwest;rotatable=0;whiteSpace=wrap;html=1;" value="hinh_anh" vertex="1">
          <mxGeometry height="30" width="140" y="240" as="geometry" />
        </mxCell>
        <mxCell id="RNDkmFGJGW4O4d-jsc1U-59" parent="RNDkmFGJGW4O4d-jsc1U-50" style="text;strokeColor=none;fillColor=none;align=left;verticalAlign=middle;spacingLeft=4;spacingRight=4;overflow=hidden;points=[[0,0.5],[1,0.5]];portConstraint=eastwest;rotatable=0;whiteSpace=wrap;html=1;" value="tinh_trang" vertex="1">
          <mxGeometry height="30" width="140" y="270" as="geometry" />
        </mxCell>
        <mxCell id="RNDkmFGJGW4O4d-jsc1U-60" parent="RNDkmFGJGW4O4d-jsc1U-50" style="text;strokeColor=none;fillColor=none;align=left;verticalAlign=middle;spacingLeft=4;spacingRight=4;overflow=hidden;points=[[0,0.5],[1,0.5]];portConstraint=eastwest;rotatable=0;whiteSpace=wrap;html=1;" value="created_at" vertex="1">
          <mxGeometry height="30" width="140" y="300" as="geometry" />
        </mxCell>
        <mxCell id="RNDkmFGJGW4O4d-jsc1U-61" parent="RNDkmFGJGW4O4d-jsc1U-50" style="text;strokeColor=none;fillColor=none;align=left;verticalAlign=middle;spacingLeft=4;spacingRight=4;overflow=hidden;points=[[0,0.5],[1,0.5]];portConstraint=eastwest;rotatable=0;whiteSpace=wrap;html=1;" value="updated_at" vertex="1">
          <mxGeometry height="30" width="140" y="330" as="geometry" />
        </mxCell>
        <mxCell id="RNDkmFGJGW4O4d-jsc1U-62" parent="1" style="swimlane;fontStyle=0;childLayout=stackLayout;horizontal=1;startSize=30;horizontalStack=0;resizeParent=1;resizeParentMax=0;resizeLast=0;collapsible=1;marginBottom=0;whiteSpace=wrap;html=1;" value="cong_thuc_mons" vertex="1">
          <mxGeometry height="240" width="140" x="3870" y="-130" as="geometry" />
        </mxCell>
        <mxCell id="RNDkmFGJGW4O4d-jsc1U-63" parent="RNDkmFGJGW4O4d-jsc1U-62" style="text;strokeColor=none;fillColor=none;align=left;verticalAlign=middle;spacingLeft=4;spacingRight=4;overflow=hidden;points=[[0,0.5],[1,0.5]];portConstraint=eastwest;rotatable=0;whiteSpace=wrap;html=1;" value="id" vertex="1">
          <mxGeometry height="30" width="140" y="30" as="geometry" />
        </mxCell>
        <mxCell id="RNDkmFGJGW4O4d-jsc1U-64" parent="RNDkmFGJGW4O4d-jsc1U-62" style="text;strokeColor=none;fillColor=none;align=left;verticalAlign=middle;spacingLeft=4;spacingRight=4;overflow=hidden;points=[[0,0.5],[1,0.5]];portConstraint=eastwest;rotatable=0;whiteSpace=wrap;html=1;" value="id_san_pham" vertex="1">
          <mxGeometry height="30" width="140" y="60" as="geometry" />
        </mxCell>
        <mxCell id="RNDkmFGJGW4O4d-jsc1U-65" parent="RNDkmFGJGW4O4d-jsc1U-62" style="text;strokeColor=none;fillColor=none;align=left;verticalAlign=middle;spacingLeft=4;spacingRight=4;overflow=hidden;points=[[0,0.5],[1,0.5]];portConstraint=eastwest;rotatable=0;whiteSpace=wrap;html=1;" value="id_nguyen_lieu" vertex="1">
          <mxGeometry height="30" width="140" y="90" as="geometry" />
        </mxCell>
        <mxCell id="RNDkmFGJGW4O4d-jsc1U-66" parent="RNDkmFGJGW4O4d-jsc1U-62" style="text;strokeColor=none;fillColor=none;align=left;verticalAlign=middle;spacingLeft=4;spacingRight=4;overflow=hidden;points=[[0,0.5],[1,0.5]];portConstraint=eastwest;rotatable=0;whiteSpace=wrap;html=1;" value="so_luong" vertex="1">
          <mxGeometry height="30" width="140" y="120" as="geometry" />
        </mxCell>
        <mxCell id="RNDkmFGJGW4O4d-jsc1U-67" parent="RNDkmFGJGW4O4d-jsc1U-62" style="text;strokeColor=none;fillColor=none;align=left;verticalAlign=middle;spacingLeft=4;spacingRight=4;overflow=hidden;points=[[0,0.5],[1,0.5]];portConstraint=eastwest;rotatable=0;whiteSpace=wrap;html=1;" value="don_vi" vertex="1">
          <mxGeometry height="30" width="140" y="150" as="geometry" />
        </mxCell>
        <mxCell id="RNDkmFGJGW4O4d-jsc1U-68" parent="RNDkmFGJGW4O4d-jsc1U-62" style="text;strokeColor=none;fillColor=none;align=left;verticalAlign=middle;spacingLeft=4;spacingRight=4;overflow=hidden;points=[[0,0.5],[1,0.5]];portConstraint=eastwest;rotatable=0;whiteSpace=wrap;html=1;" value="created_at" vertex="1">
          <mxGeometry height="30" width="140" y="180" as="geometry" />
        </mxCell>
        <mxCell id="RNDkmFGJGW4O4d-jsc1U-69" parent="RNDkmFGJGW4O4d-jsc1U-62" style="text;strokeColor=none;fillColor=none;align=left;verticalAlign=middle;spacingLeft=4;spacingRight=4;overflow=hidden;points=[[0,0.5],[1,0.5]];portConstraint=eastwest;rotatable=0;whiteSpace=wrap;html=1;" value="updated_at" vertex="1">
          <mxGeometry height="30" width="140" y="210" as="geometry" />
        </mxCell>
        <mxCell id="RNDkmFGJGW4O4d-jsc1U-70" parent="1" style="swimlane;fontStyle=0;childLayout=stackLayout;horizontal=1;startSize=30;horizontalStack=0;resizeParent=1;resizeParentMax=0;resizeLast=0;collapsible=1;marginBottom=0;whiteSpace=wrap;html=1;" value="nguyen_lieus" vertex="1">
          <mxGeometry height="330" width="140" x="4230" y="-140" as="geometry" />
        </mxCell>
        <mxCell id="RNDkmFGJGW4O4d-jsc1U-71" parent="RNDkmFGJGW4O4d-jsc1U-70" style="text;strokeColor=none;fillColor=none;align=left;verticalAlign=middle;spacingLeft=4;spacingRight=4;overflow=hidden;points=[[0,0.5],[1,0.5]];portConstraint=eastwest;rotatable=0;whiteSpace=wrap;html=1;" value="id" vertex="1">
          <mxGeometry height="30" width="140" y="30" as="geometry" />
        </mxCell>
        <mxCell id="RNDkmFGJGW4O4d-jsc1U-72" parent="RNDkmFGJGW4O4d-jsc1U-70" style="text;strokeColor=none;fillColor=none;align=left;verticalAlign=middle;spacingLeft=4;spacingRight=4;overflow=hidden;points=[[0,0.5],[1,0.5]];portConstraint=eastwest;rotatable=0;whiteSpace=wrap;html=1;" value="ten_nguyen_lieu" vertex="1">
          <mxGeometry height="30" width="140" y="60" as="geometry" />
        </mxCell>
        <mxCell id="RNDkmFGJGW4O4d-jsc1U-73" parent="RNDkmFGJGW4O4d-jsc1U-70" style="text;strokeColor=none;fillColor=none;align=left;verticalAlign=middle;spacingLeft=4;spacingRight=4;overflow=hidden;points=[[0,0.5],[1,0.5]];portConstraint=eastwest;rotatable=0;whiteSpace=wrap;html=1;" value="don_vi_tinh" vertex="1">
          <mxGeometry height="30" width="140" y="90" as="geometry" />
        </mxCell>
        <mxCell id="RNDkmFGJGW4O4d-jsc1U-74" parent="RNDkmFGJGW4O4d-jsc1U-70" style="text;strokeColor=none;fillColor=none;align=left;verticalAlign=middle;spacingLeft=4;spacingRight=4;overflow=hidden;points=[[0,0.5],[1,0.5]];portConstraint=eastwest;rotatable=0;whiteSpace=wrap;html=1;" value="so_luong_ton" vertex="1">
          <mxGeometry height="30" width="140" y="120" as="geometry" />
        </mxCell>
        <mxCell id="RNDkmFGJGW4O4d-jsc1U-75" parent="RNDkmFGJGW4O4d-jsc1U-70" style="text;strokeColor=none;fillColor=none;align=left;verticalAlign=middle;spacingLeft=4;spacingRight=4;overflow=hidden;points=[[0,0.5],[1,0.5]];portConstraint=eastwest;rotatable=0;whiteSpace=wrap;html=1;" value="muc_canh_bao" vertex="1">
          <mxGeometry height="30" width="140" y="150" as="geometry" />
        </mxCell>
        <mxCell id="RNDkmFGJGW4O4d-jsc1U-76" parent="RNDkmFGJGW4O4d-jsc1U-70" style="text;strokeColor=none;fillColor=none;align=left;verticalAlign=middle;spacingLeft=4;spacingRight=4;overflow=hidden;points=[[0,0.5],[1,0.5]];portConstraint=eastwest;rotatable=0;whiteSpace=wrap;html=1;" value="gia_nhap" vertex="1">
          <mxGeometry height="30" width="140" y="180" as="geometry" />
        </mxCell>
        <mxCell id="RNDkmFGJGW4O4d-jsc1U-77" parent="RNDkmFGJGW4O4d-jsc1U-70" style="text;strokeColor=none;fillColor=none;align=left;verticalAlign=middle;spacingLeft=4;spacingRight=4;overflow=hidden;points=[[0,0.5],[1,0.5]];portConstraint=eastwest;rotatable=0;whiteSpace=wrap;html=1;" value="id_nha_cung_cap" vertex="1">
          <mxGeometry height="30" width="140" y="210" as="geometry" />
        </mxCell>
        <mxCell id="RNDkmFGJGW4O4d-jsc1U-86" parent="RNDkmFGJGW4O4d-jsc1U-70" style="text;strokeColor=none;fillColor=none;align=left;verticalAlign=middle;spacingLeft=4;spacingRight=4;overflow=hidden;points=[[0,0.5],[1,0.5]];portConstraint=eastwest;rotatable=0;whiteSpace=wrap;html=1;" value="tinh_trang" vertex="1">
          <mxGeometry height="30" width="140" y="240" as="geometry" />
        </mxCell>
        <mxCell id="RNDkmFGJGW4O4d-jsc1U-87" parent="RNDkmFGJGW4O4d-jsc1U-70" style="text;strokeColor=none;fillColor=none;align=left;verticalAlign=middle;spacingLeft=4;spacingRight=4;overflow=hidden;points=[[0,0.5],[1,0.5]];portConstraint=eastwest;rotatable=0;whiteSpace=wrap;html=1;" value="created_at" vertex="1">
          <mxGeometry height="30" width="140" y="270" as="geometry" />
        </mxCell>
        <mxCell id="RNDkmFGJGW4O4d-jsc1U-88" parent="RNDkmFGJGW4O4d-jsc1U-70" style="text;strokeColor=none;fillColor=none;align=left;verticalAlign=middle;spacingLeft=4;spacingRight=4;overflow=hidden;points=[[0,0.5],[1,0.5]];portConstraint=eastwest;rotatable=0;whiteSpace=wrap;html=1;" value="updated_at" vertex="1">
          <mxGeometry height="30" width="140" y="300" as="geometry" />
        </mxCell>
        <mxCell id="RNDkmFGJGW4O4d-jsc1U-90" edge="1" parent="1" source="1bbKcoBMxcC-bXyi0BTe-2" style="edgeStyle=orthogonalEdgeStyle;rounded=0;orthogonalLoop=1;jettySize=auto;html=1;exitX=1;exitY=0.5;exitDx=0;exitDy=0;entryX=-0.012;entryY=0.229;entryDx=0;entryDy=0;entryPerimeter=0;" target="1bbKcoBMxcC-bXyi0BTe-13">
          <mxGeometry relative="1" as="geometry" />
        </mxCell>
        <mxCell id="RNDkmFGJGW4O4d-jsc1U-91" edge="1" parent="1" source="1bbKcoBMxcC-bXyi0BTe-14" style="edgeStyle=orthogonalEdgeStyle;rounded=0;orthogonalLoop=1;jettySize=auto;html=1;exitX=1;exitY=0.5;exitDx=0;exitDy=0;entryX=0;entryY=0.5;entryDx=0;entryDy=0;" target="1bbKcoBMxcC-bXyi0BTe-8">
+           <mxGeometry relative="1" as="geometry" />
+         </mxCell>
+         <mxCell id="RNDkmFGJGW4O4d-jsc1U-92" edge="1" parent="1" source="1bbKcoBMxcC-bXyi0BTe-2" style="edgeStyle=orthogonalEdgeStyle;rounded=0;orthogonalLoop=1;jettySize=auto;html=1;exitX=0;exitY=0.5;exitDx=0;exitDy=0;" target="RNDkmFGJGW4O4d-jsc1U-4">
          <mxGeometry relative="1" as="geometry" />
        </mxCell>
      </root>
    </mxGraphModel>
  </diagram>
</mxfile>
